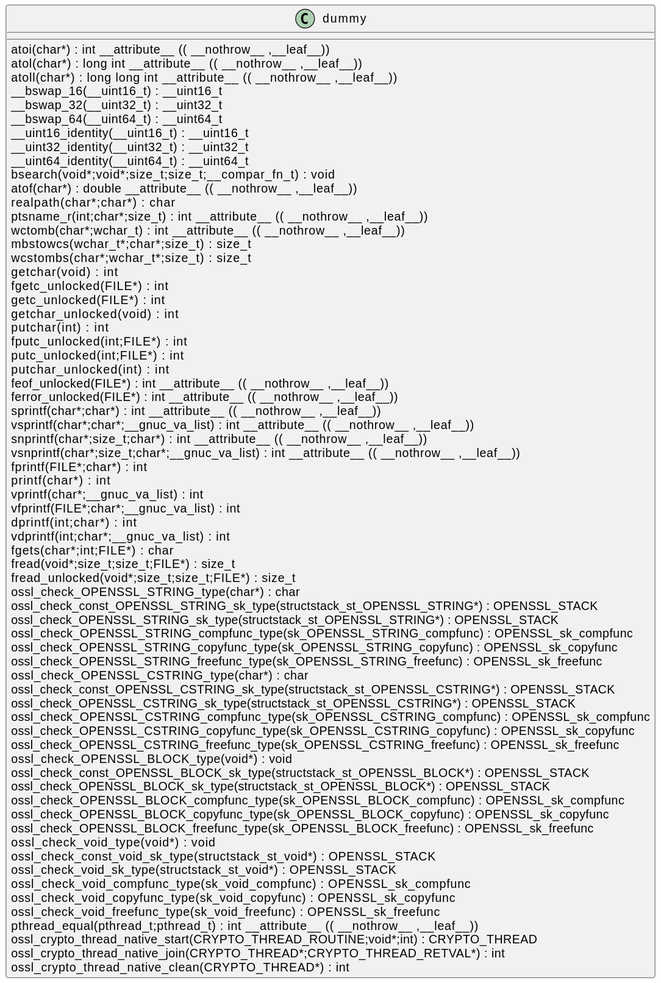
This is docs/qc/crypto/thread/arch.c.svg from qualitesys/openssl, a PlantUML export, as it was before one commit.
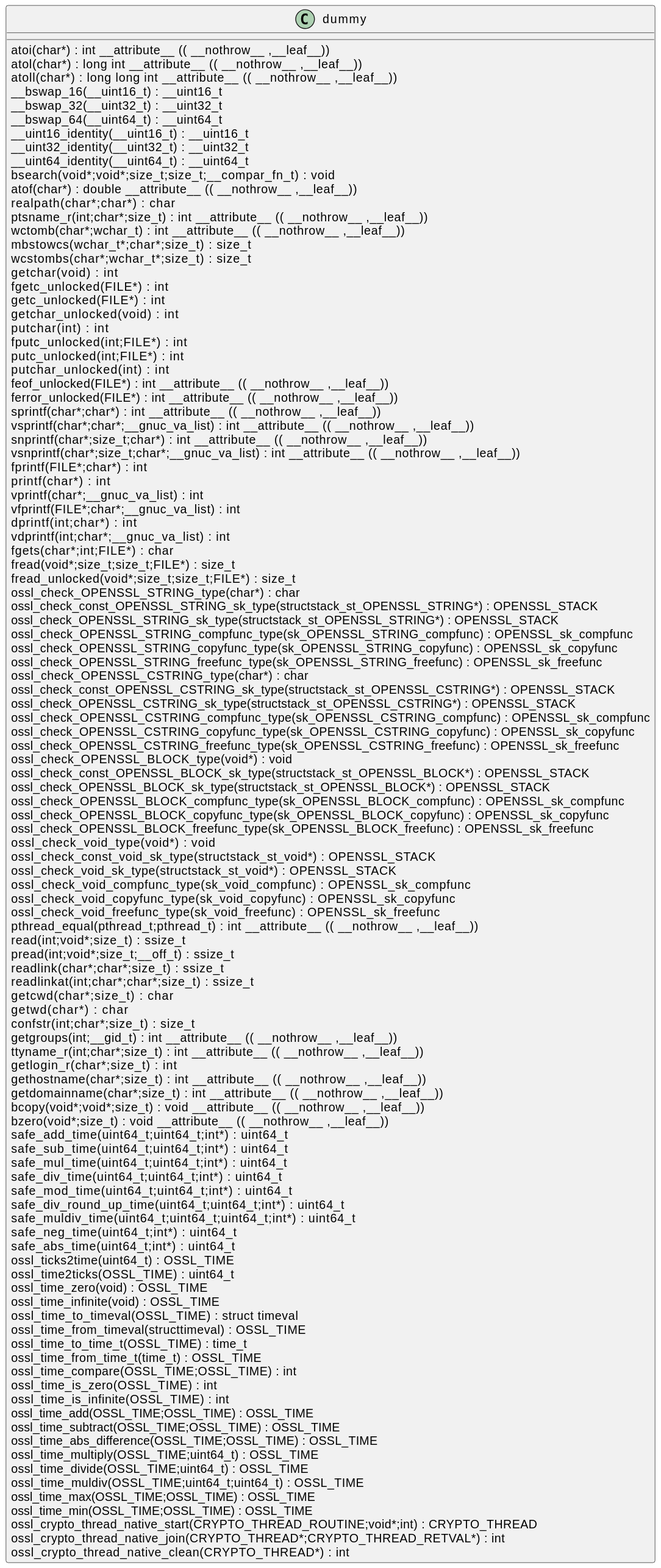
The same file after the commit.

Change to the diagram source:
```diff
@@ -1,16 +1,16 @@
 @startuml
 !pragma layout smetana
 class dummy {
-atoi(char*) :  int  __attribute__ (( __nothrow__ ,__leaf__)) [[[./../../.././qc/crypto/thread/arch.c.html#458]]]
-atol(char*) :  long  int  __attribute__ (( __nothrow__ ,__leaf__)) [[[./../../.././qc/crypto/thread/arch.c.html#463]]]
-atoll(char*) :  long  long  int  __attribute__ (( __nothrow__ ,__leaf__)) [[[./../../.././qc/crypto/thread/arch.c.html#470]]]
-__bswap_16(__uint16_t) : __uint16_t [[[./../../.././qc/crypto/thread/arch.c.html#632]]]
-__bswap_32(__uint32_t) : __uint32_t [[[./../../.././qc/crypto/thread/arch.c.html#647]]]
-__bswap_64(__uint64_t) : __uint64_t [[[./../../.././qc/crypto/thread/arch.c.html#657]]]
-__uint16_identity(__uint16_t) : __uint16_t [[[./../../.././qc/crypto/thread/arch.c.html#669]]]
-__uint32_identity(__uint32_t) : __uint32_t [[[./../../.././qc/crypto/thread/arch.c.html#675]]]
-__uint64_identity(__uint64_t) : __uint64_t [[[./../../.././qc/crypto/thread/arch.c.html#681]]]
-bsearch(void*;void*;size_t;size_t;__compar_fn_t) :  void  [[[./../../.././qc/crypto/thread/arch.c.html#1349]]]
+atoi(char*) :  int  __attribute__ (( __nothrow__ ,__leaf__)) [[[./../../.././qc/crypto/thread/arch.c.html#509]]]
+atol(char*) :  long  int  __attribute__ (( __nothrow__ ,__leaf__)) [[[./../../.././qc/crypto/thread/arch.c.html#514]]]
+atoll(char*) :  long  long  int  __attribute__ (( __nothrow__ ,__leaf__)) [[[./../../.././qc/crypto/thread/arch.c.html#521]]]
+__bswap_16(__uint16_t) : __uint16_t [[[./../../.././qc/crypto/thread/arch.c.html#683]]]
+__bswap_32(__uint32_t) : __uint32_t [[[./../../.././qc/crypto/thread/arch.c.html#698]]]
+__bswap_64(__uint64_t) : __uint64_t [[[./../../.././qc/crypto/thread/arch.c.html#708]]]
+__uint16_identity(__uint16_t) : __uint16_t [[[./../../.././qc/crypto/thread/arch.c.html#720]]]
+__uint32_identity(__uint32_t) : __uint32_t [[[./../../.././qc/crypto/thread/arch.c.html#726]]]
+__uint64_identity(__uint64_t) : __uint64_t [[[./../../.././qc/crypto/thread/arch.c.html#732]]]
+bsearch(void*;void*;size_t;size_t;__compar_fn_t) :  void  [[[./../../.././qc/crypto/thread/arch.c.html#1400]]]
 atof(char*) :  double  __attribute__ (( __nothrow__ ,__leaf__)) [[[./../../.././qc/crypto/thread/arch.c.html#1]]]
 realpath(char*;char*) :  char  [[[./../../.././qc/crypto/thread/arch.c.html#1]]]
 ptsname_r(int;char*;size_t) :  int  __attribute__ (( __nothrow__ ,__leaf__)) [[[./../../.././qc/crypto/thread/arch.c.html#1]]]
@@ -65,6 +65,48 @@
 ossl_check_void_copyfunc_type(sk_void_copyfunc) : OPENSSL_sk_copyfunc [[[./../../.././qc/crypto/thread/arch.c.html#1]]]
 ossl_check_void_freefunc_type(sk_void_freefunc) : OPENSSL_sk_freefunc [[[./../../.././qc/crypto/thread/arch.c.html#1]]]
 pthread_equal(pthread_t;pthread_t) :  int  __attribute__ (( __nothrow__ ,__leaf__)) [[[./../../.././qc/crypto/thread/arch.c.html#1]]]
+read(int;void*;size_t) : ssize_t [[[./../../.././qc/crypto/thread/arch.c.html#1]]]
+pread(int;void*;size_t;__off_t) : ssize_t [[[./../../.././qc/crypto/thread/arch.c.html#1]]]
+readlink(char*;char*;size_t) : ssize_t [[[./../../.././qc/crypto/thread/arch.c.html#1]]]
+readlinkat(int;char*;char*;size_t) : ssize_t [[[./../../.././qc/crypto/thread/arch.c.html#1]]]
+getcwd(char*;size_t) :  char  [[[./../../.././qc/crypto/thread/arch.c.html#1]]]
+getwd(char*) :  char  [[[./../../.././qc/crypto/thread/arch.c.html#1]]]
+confstr(int;char*;size_t) : size_t [[[./../../.././qc/crypto/thread/arch.c.html#1]]]
+getgroups(int;__gid_t) :  int  __attribute__ (( __nothrow__ ,__leaf__)) [[[./../../.././qc/crypto/thread/arch.c.html#1]]]
+ttyname_r(int;char*;size_t) :  int  __attribute__ (( __nothrow__ ,__leaf__)) [[[./../../.././qc/crypto/thread/arch.c.html#1]]]
+getlogin_r(char*;size_t) :  int  [[[./../../.././qc/crypto/thread/arch.c.html#1]]]
+gethostname(char*;size_t) :  int  __attribute__ (( __nothrow__ ,__leaf__)) [[[./../../.././qc/crypto/thread/arch.c.html#1]]]
+getdomainname(char*;size_t) :  int  __attribute__ (( __nothrow__ ,__leaf__)) [[[./../../.././qc/crypto/thread/arch.c.html#1]]]
+bcopy(void*;void*;size_t) :  void  __attribute__ (( __nothrow__ ,__leaf__)) [[[./../../.././qc/crypto/thread/arch.c.html#1]]]
+bzero(void*;size_t) :  void  __attribute__ (( __nothrow__ ,__leaf__)) [[[./../../.././qc/crypto/thread/arch.c.html#1]]]
+safe_add_time(uint64_t;uint64_t;int*) : uint64_t [[[./../../.././qc/crypto/thread/arch.c.html#1]]]
+safe_sub_time(uint64_t;uint64_t;int*) : uint64_t [[[./../../.././qc/crypto/thread/arch.c.html#1]]]
+safe_mul_time(uint64_t;uint64_t;int*) : uint64_t [[[./../../.././qc/crypto/thread/arch.c.html#1]]]
+safe_div_time(uint64_t;uint64_t;int*) : uint64_t [[[./../../.././qc/crypto/thread/arch.c.html#1]]]
+safe_mod_time(uint64_t;uint64_t;int*) : uint64_t [[[./../../.././qc/crypto/thread/arch.c.html#1]]]
+safe_div_round_up_time(uint64_t;uint64_t;int*) : uint64_t [[[./../../.././qc/crypto/thread/arch.c.html#1]]]
+safe_muldiv_time(uint64_t;uint64_t;uint64_t;int*) : uint64_t [[[./../../.././qc/crypto/thread/arch.c.html#1]]]
+safe_neg_time(uint64_t;int*) : uint64_t [[[./../../.././qc/crypto/thread/arch.c.html#1]]]
+safe_abs_time(uint64_t;int*) : uint64_t [[[./../../.././qc/crypto/thread/arch.c.html#1]]]
+ossl_ticks2time(uint64_t) : OSSL_TIME [[[./../../.././qc/crypto/thread/arch.c.html#1]]]
+ossl_time2ticks(OSSL_TIME) : uint64_t [[[./../../.././qc/crypto/thread/arch.c.html#1]]]
+ossl_time_zero(void) : OSSL_TIME [[[./../../.././qc/crypto/thread/arch.c.html#1]]]
+ossl_time_infinite(void) : OSSL_TIME [[[./../../.././qc/crypto/thread/arch.c.html#1]]]
+ossl_time_to_timeval(OSSL_TIME) :  struct timeval [[[./../../.././qc/crypto/thread/arch.c.html#1]]]
+ossl_time_from_timeval(structtimeval) : OSSL_TIME [[[./../../.././qc/crypto/thread/arch.c.html#1]]]
+ossl_time_to_time_t(OSSL_TIME) : time_t [[[./../../.././qc/crypto/thread/arch.c.html#1]]]
+ossl_time_from_time_t(time_t) : OSSL_TIME [[[./../../.././qc/crypto/thread/arch.c.html#1]]]
+ossl_time_compare(OSSL_TIME;OSSL_TIME) :  int  [[[./../../.././qc/crypto/thread/arch.c.html#1]]]
+ossl_time_is_zero(OSSL_TIME) :  int  [[[./../../.././qc/crypto/thread/arch.c.html#1]]]
+ossl_time_is_infinite(OSSL_TIME) :  int  [[[./../../.././qc/crypto/thread/arch.c.html#1]]]
+ossl_time_add(OSSL_TIME;OSSL_TIME) : OSSL_TIME [[[./../../.././qc/crypto/thread/arch.c.html#1]]]
+ossl_time_subtract(OSSL_TIME;OSSL_TIME) : OSSL_TIME [[[./../../.././qc/crypto/thread/arch.c.html#1]]]
+ossl_time_abs_difference(OSSL_TIME;OSSL_TIME) : OSSL_TIME [[[./../../.././qc/crypto/thread/arch.c.html#1]]]
+ossl_time_multiply(OSSL_TIME;uint64_t) : OSSL_TIME [[[./../../.././qc/crypto/thread/arch.c.html#1]]]
+ossl_time_divide(OSSL_TIME;uint64_t) : OSSL_TIME [[[./../../.././qc/crypto/thread/arch.c.html#1]]]
+ossl_time_muldiv(OSSL_TIME;uint64_t;uint64_t) : OSSL_TIME [[[./../../.././qc/crypto/thread/arch.c.html#1]]]
+ossl_time_max(OSSL_TIME;OSSL_TIME) : OSSL_TIME [[[./../../.././qc/crypto/thread/arch.c.html#1]]]
+ossl_time_min(OSSL_TIME;OSSL_TIME) : OSSL_TIME [[[./../../.././qc/crypto/thread/arch.c.html#1]]]
 ossl_crypto_thread_native_start(CRYPTO_THREAD_ROUTINE;void*;int) : CRYPTO_THREAD [[[./../../.././qc/crypto/thread/arch.c.html#1]]]
 ossl_crypto_thread_native_join(CRYPTO_THREAD*;CRYPTO_THREAD_RETVAL*) :  int  [[[./../../.././qc/crypto/thread/arch.c.html#1]]]
 ossl_crypto_thread_native_clean(CRYPTO_THREAD*) :  int  [[[./../../.././qc/crypto/thread/arch.c.html#1]]]
```
